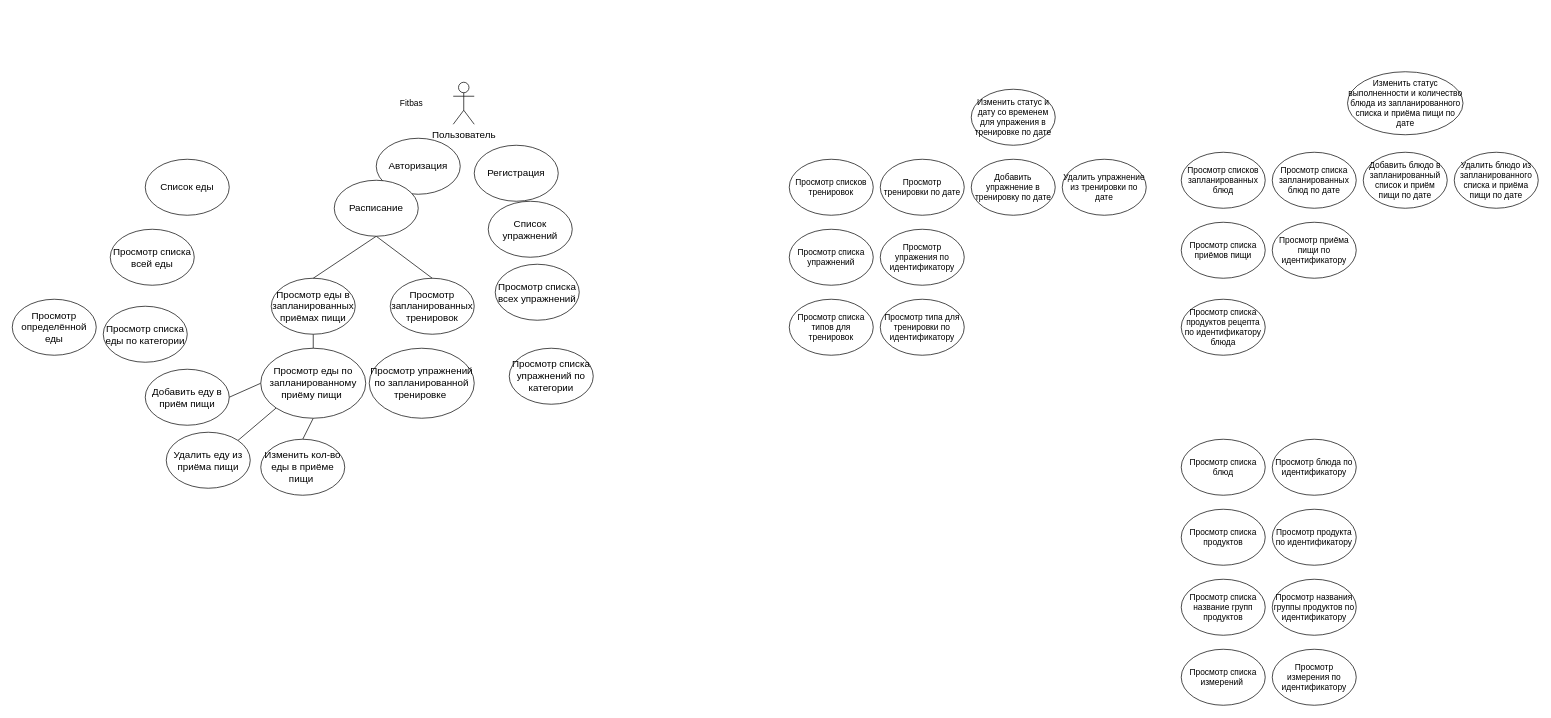
The draw.io diagram page "Page-1" (1 of 2) of others/UseCaseDiagram.drawio in zlobasss/api-fitbas, before the edit. Source tidied: cells renumbered, new cells numbered last; positions are measured from the earlier drawing's top-left corner, leaving out a move shared by most shapes. Both pictures are drawn from the tidied source at 70%, with x=0, y=0 at pixel (12, 71).
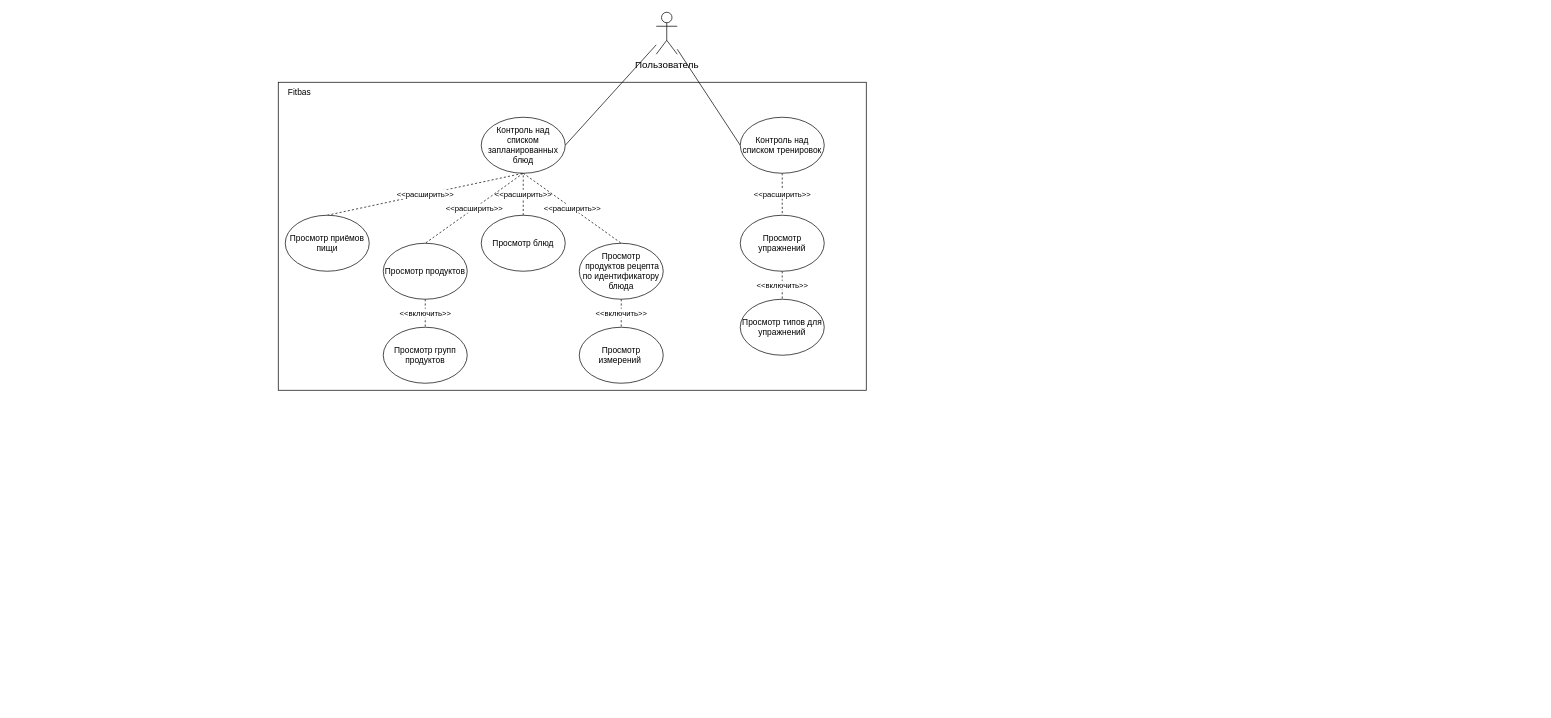
After the change.

The edit, as a diff of the source:
```diff
@@
+    <mxCell id="52" style="rounded=0;whiteSpace=wrap;html=1;" parent="1" vertex="1">
+      <mxGeometry x="380" y="15" width="840" height="440" as="geometry" />
+    </mxCell>
+    <mxCell id="53" style="edgeStyle=none;rounded=0;jettySize=auto;html=1;entryX=0;entryY=0.5;entryDx=0;entryDy=0;endArrow=none;endFill=0;" parent="1" edge="1" source="2" target="47">
+      <mxGeometry relative="1" as="geometry" />
+    </mxCell>
+    <mxCell id="54" style="edgeStyle=none;rounded=0;jettySize=auto;html=1;entryX=1;entryY=0.5;entryDx=0;entryDy=0;endArrow=none;endFill=0;" parent="1" edge="1" source="2" target="36">
+      <mxGeometry relative="1" as="geometry" />
+    </mxCell>
     <mxCell id="2" value="&lt;font style=&quot;font-size: 14px;&quot; face=&quot;PT Astra Serif&quot;&gt;Пользователь&lt;/font&gt;" style="shape=umlActor;verticalLabelPosition=bottom;verticalAlign=top;html=1;outlineConnect=0;" parent="1" vertex="1">
-      <mxGeometry x="630" y="15" width="30" height="60" as="geometry" />
+      <mxGeometry x="920" y="-85" width="30" height="60" as="geometry" />
     </mxCell>
     <mxCell id="3" value="Fitbas" style="text;html=1;align=center;verticalAlign=middle;strokeColor=none;fillColor=none;" parent="1" vertex="1">
-      <mxGeometry x="540" y="30" width="60" height="30" as="geometry" />
+      <mxGeometry x="380" y="15" width="60" height="30" as="geometry" />
     </mxCell>
-    <mxCell id="4" value="&lt;font style=&quot;font-size: 14px;&quot; face=&quot;PT Astra Serif&quot;&gt;Авторизация&lt;/font&gt;" style="ellipse;whiteSpace=wrap;html=1;" parent="1" vertex="1">
-      <mxGeometry x="520" y="95" width="120" height="80" as="geometry" />
-    </mxCell>
-    <mxCell id="5" value="&lt;font style=&quot;font-size: 14px;&quot; face=&quot;PT Astra Serif&quot;&gt;Регистрация&lt;/font&gt;" style="ellipse;whiteSpace=wrap;html=1;" parent="1" vertex="1">
-      <mxGeometry x="660" y="105" width="120" height="80" as="geometry" />
-    </mxCell>
-    <mxCell id="6" style="rounded=0;jettySize=auto;html=1;exitX=0.5;exitY=1;exitDx=0;exitDy=0;entryX=0.5;entryY=0;entryDx=0;entryDy=0;endArrow=none;endFill=0;" parent="1" edge="1" source="7" target="17">
-      <mxGeometry relative="1" as="geometry" />
-    </mxCell>
-    <mxCell id="7" value="&lt;font style=&quot;font-size: 14px;&quot; face=&quot;PT Astra Serif&quot;&gt;Просмотр еды в запланированных приёмах пищи&lt;/font&gt;" style="ellipse;whiteSpace=wrap;html=1;" parent="1" vertex="1">
-      <mxGeometry x="370" y="295" width="120" height="80" as="geometry" />
-    </mxCell>
-    <mxCell id="8" value="&lt;font face=&quot;PT Astra Serif&quot;&gt;&lt;span style=&quot;font-size: 14px;&quot;&gt;Список еды&lt;/span&gt;&lt;/font&gt;" style="ellipse;whiteSpace=wrap;html=1;" parent="1" vertex="1">
-      <mxGeometry x="190" y="125" width="120" height="80" as="geometry" />
-    </mxCell>
-    <mxCell id="9" value="&lt;font face=&quot;PT Astra Serif&quot; style=&quot;font-size: 14px;&quot;&gt;Просмотр запланированных тренировок&lt;/font&gt;" style="ellipse;whiteSpace=wrap;html=1;" parent="1" vertex="1">
-      <mxGeometry x="540" y="295" width="120" height="80" as="geometry" />
-    </mxCell>
-    <mxCell id="10" value="&lt;font face=&quot;PT Astra Serif&quot;&gt;&lt;span style=&quot;font-size: 14px;&quot;&gt;Список упражнений&lt;/span&gt;&lt;/font&gt;" style="ellipse;whiteSpace=wrap;html=1;" parent="1" vertex="1">
-      <mxGeometry x="680" y="185" width="120" height="80" as="geometry" />
-    </mxCell>
-    <mxCell id="11" style="rounded=0;jettySize=auto;html=1;exitX=0.5;exitY=1;exitDx=0;exitDy=0;entryX=0.5;entryY=0;entryDx=0;entryDy=0;endArrow=none;endFill=0;" parent="1" edge="1" source="13" target="7">
-      <mxGeometry relative="1" as="geometry" />
-    </mxCell>
-    <mxCell id="12" style="rounded=0;jettySize=auto;html=1;exitX=0.5;exitY=1;exitDx=0;exitDy=0;entryX=0.5;entryY=0;entryDx=0;entryDy=0;endArrow=none;endFill=0;" parent="1" edge="1" source="13" target="9">
-      <mxGeometry relative="1" as="geometry" />
-    </mxCell>
-    <mxCell id="13" value="&lt;font face=&quot;PT Astra Serif&quot;&gt;&lt;span style=&quot;font-size: 14px;&quot;&gt;Расписание&lt;/span&gt;&lt;/font&gt;" style="ellipse;whiteSpace=wrap;html=1;" parent="1" vertex="1">
-      <mxGeometry x="460" y="155" width="120" height="80" as="geometry" />
-    </mxCell>
-    <mxCell id="14" style="rounded=0;jettySize=auto;html=1;exitX=0;exitY=0.5;exitDx=0;exitDy=0;entryX=1;entryY=0.5;entryDx=0;entryDy=0;endArrow=none;endFill=0;" parent="1" edge="1" source="17" target="19">
-      <mxGeometry relative="1" as="geometry" />
-    </mxCell>
-    <mxCell id="15" style="rounded=0;jettySize=auto;html=1;exitX=0;exitY=1;exitDx=0;exitDy=0;entryX=1;entryY=0;entryDx=0;entryDy=0;endArrow=none;endFill=0;" parent="1" edge="1" source="17" target="20">
-      <mxGeometry relative="1" as="geometry" />
-    </mxCell>
-    <mxCell id="16" style="rounded=0;jettySize=auto;html=1;exitX=0.5;exitY=1;exitDx=0;exitDy=0;entryX=0.5;entryY=0;entryDx=0;entryDy=0;endArrow=none;endFill=0;" parent="1" edge="1" source="17" target="21">
-      <mxGeometry relative="1" as="geometry" />
-    </mxCell>
-    <mxCell id="17" value="&lt;font style=&quot;font-size: 14px;&quot; face=&quot;PT Astra Serif&quot;&gt;Просмотр еды по запланированному приёму пищи&amp;nbsp;&lt;/font&gt;" style="ellipse;whiteSpace=wrap;html=1;" parent="1" vertex="1">
-      <mxGeometry x="355" y="395" width="150" height="100" as="geometry" />
-    </mxCell>
-    <mxCell id="18" value="&lt;font style=&quot;font-size: 14px;&quot; face=&quot;PT Astra Serif&quot;&gt;Просмотр упражнений по запланированной тренировке&amp;nbsp;&lt;/font&gt;" style="ellipse;whiteSpace=wrap;html=1;" parent="1" vertex="1">
-      <mxGeometry x="510" y="395" width="150" height="100" as="geometry" />
-    </mxCell>
-    <mxCell id="19" value="&lt;font face=&quot;PT Astra Serif&quot;&gt;&lt;span style=&quot;font-size: 14px;&quot;&gt;Добавить еду в приём пищи&lt;/span&gt;&lt;/font&gt;" style="ellipse;whiteSpace=wrap;html=1;" parent="1" vertex="1">
-      <mxGeometry x="190" y="425" width="120" height="80" as="geometry" />
-    </mxCell>
-    <mxCell id="20" value="&lt;font face=&quot;PT Astra Serif&quot;&gt;&lt;span style=&quot;font-size: 14px;&quot;&gt;Удалить еду из приёма пищи&lt;/span&gt;&lt;/font&gt;" style="ellipse;whiteSpace=wrap;html=1;" parent="1" vertex="1">
-      <mxGeometry x="220" y="515" width="120" height="80" as="geometry" />
-    </mxCell>
-    <mxCell id="21" value="&lt;font face=&quot;PT Astra Serif&quot;&gt;&lt;span style=&quot;font-size: 14px;&quot;&gt;Изменить кол-во еды в приёме пищи&amp;nbsp;&lt;/span&gt;&lt;/font&gt;" style="ellipse;whiteSpace=wrap;html=1;" parent="1" vertex="1">
-      <mxGeometry x="355" y="525" width="120" height="80" as="geometry" />
-    </mxCell>
-    <mxCell id="22" value="&lt;font face=&quot;PT Astra Serif&quot;&gt;&lt;span style=&quot;font-size: 14px;&quot;&gt;Просмотр списка всей еды&lt;/span&gt;&lt;/font&gt;" style="ellipse;whiteSpace=wrap;html=1;" parent="1" vertex="1">
-      <mxGeometry x="140" y="225" width="120" height="80" as="geometry" />
-    </mxCell>
-    <mxCell id="23" value="&lt;font face=&quot;PT Astra Serif&quot;&gt;&lt;span style=&quot;font-size: 14px;&quot;&gt;Просмотр списка еды по категории&lt;/span&gt;&lt;/font&gt;" style="ellipse;whiteSpace=wrap;html=1;" parent="1" vertex="1">
-      <mxGeometry x="130" y="335" width="120" height="80" as="geometry" />
-    </mxCell>
-    <mxCell id="24" value="&lt;font face=&quot;PT Astra Serif&quot;&gt;&lt;span style=&quot;font-size: 14px;&quot;&gt;Просмотр списка всех упражнений&lt;/span&gt;&lt;/font&gt;" style="ellipse;whiteSpace=wrap;html=1;" parent="1" vertex="1">
-      <mxGeometry x="690" y="275" width="120" height="80" as="geometry" />
-    </mxCell>
-    <mxCell id="25" value="&lt;font face=&quot;PT Astra Serif&quot;&gt;&lt;span style=&quot;font-size: 14px;&quot;&gt;Просмотр списка упражнений по категории&lt;/span&gt;&lt;/font&gt;" style="ellipse;whiteSpace=wrap;html=1;" parent="1" vertex="1">
-      <mxGeometry x="710" y="395" width="120" height="80" as="geometry" />
-    </mxCell>
-    <mxCell id="26" value="&lt;font face=&quot;PT Astra Serif&quot;&gt;&lt;span style=&quot;font-size: 14px;&quot;&gt;Просмотр определённой еды&lt;/span&gt;&lt;/font&gt;" style="ellipse;whiteSpace=wrap;html=1;" parent="1" vertex="1">
-      <mxGeometry y="325" width="120" height="80" as="geometry" />
-    </mxCell>
-    <mxCell id="27" value="Просмотр списка измерений&amp;nbsp;" style="ellipse;whiteSpace=wrap;html=1;" parent="1" vertex="1">
-      <mxGeometry x="1670" y="825" width="120" height="80" as="geometry" />
+    <mxCell id="27" value="Просмотр измерений&amp;nbsp;" style="ellipse;whiteSpace=wrap;html=1;" parent="1" vertex="1">
+      <mxGeometry x="810" y="365" width="120" height="80" as="geometry" />
     </mxCell>
-    <mxCell id="28" value="Просмотр измерения по идентификатору" style="ellipse;whiteSpace=wrap;html=1;" parent="1" vertex="1">
-      <mxGeometry x="1800" y="825" width="120" height="80" as="geometry" />
-    </mxCell>
-    <mxCell id="29" value="Просмотр списка название групп продуктов" style="ellipse;whiteSpace=wrap;html=1;" parent="1" vertex="1">
-      <mxGeometry x="1670" y="725" width="120" height="80" as="geometry" />
+    <mxCell id="29" value="Просмотр групп продуктов" style="ellipse;whiteSpace=wrap;html=1;" parent="1" vertex="1">
+      <mxGeometry x="530" y="365" width="120" height="80" as="geometry" />
     </mxCell>
-    <mxCell id="30" value="Просмотр названия группы продуктов по идентификатору" style="ellipse;whiteSpace=wrap;html=1;" parent="1" vertex="1">
-      <mxGeometry x="1800" y="725" width="120" height="80" as="geometry" />
-    </mxCell>
+    <mxCell id="55" value="&amp;lt;&amp;lt;включить&amp;gt;&amp;gt;" style="edgeStyle=none;rounded=0;jettySize=auto;html=1;exitX=0.5;exitY=1;exitDx=0;exitDy=0;entryX=0.5;entryY=0;entryDx=0;entryDy=0;dashed=1;endArrow=none;endFill=0;" parent="1" edge="1" source="31" target="29">
+      <mxGeometry relative="1" as="geometry" />
+    </mxCell>
-    <mxCell id="31" value="Просмотр списка продуктов" style="ellipse;whiteSpace=wrap;html=1;" parent="1" vertex="1">
-      <mxGeometry x="1670" y="625" width="120" height="80" as="geometry" />
+    <mxCell id="31" value="Просмотр продуктов" style="ellipse;whiteSpace=wrap;html=1;" parent="1" vertex="1">
+      <mxGeometry x="530" y="245" width="120" height="80" as="geometry" />
     </mxCell>
-    <mxCell id="32" value="Просмотр продукта по идентификатору" style="ellipse;whiteSpace=wrap;html=1;" parent="1" vertex="1">
-      <mxGeometry x="1800" y="625" width="120" height="80" as="geometry" />
-    </mxCell>
+    <mxCell id="56" value="&amp;lt;&amp;lt;включить&amp;gt;&amp;gt;" style="edgeStyle=none;rounded=0;jettySize=auto;html=1;exitX=0.5;exitY=1;exitDx=0;exitDy=0;entryX=0.5;entryY=0;entryDx=0;entryDy=0;dashed=1;endArrow=none;endFill=0;" parent="1" edge="1" source="33" target="27">
+      <mxGeometry relative="1" as="geometry" />
+    </mxCell>
-    <mxCell id="33" value="Просмотр списка продуктов рецепта по идентификатору блюда" style="ellipse;whiteSpace=wrap;html=1;" parent="1" vertex="1">
-      <mxGeometry x="1670" y="325" width="120" height="80" as="geometry" />
+    <mxCell id="33" value="Просмотр&lt;br&gt;&amp;nbsp;продуктов рецепта по идентификатору блюда" style="ellipse;whiteSpace=wrap;html=1;" parent="1" vertex="1">
+      <mxGeometry x="810" y="245" width="120" height="80" as="geometry" />
     </mxCell>
-    <mxCell id="34" value="Просмотр блюда по идентификатору" style="ellipse;whiteSpace=wrap;html=1;" parent="1" vertex="1">
-      <mxGeometry x="1800" y="525" width="120" height="80" as="geometry" />
-    </mxCell>
+    <mxCell id="57" value="&amp;lt;&amp;lt;расширить&amp;gt;&amp;gt;" style="edgeStyle=none;rounded=0;jettySize=auto;html=1;exitX=0.5;exitY=0;exitDx=0;exitDy=0;entryX=0.5;entryY=1;entryDx=0;entryDy=0;dashed=1;endArrow=none;endFill=0;" parent="1" edge="1" source="35" target="36">
+      <mxGeometry relative="1" as="geometry" />
+    </mxCell>
-    <mxCell id="35" value="Просмотр списка блюд" style="ellipse;whiteSpace=wrap;html=1;" parent="1" vertex="1">
-      <mxGeometry x="1670" y="525" width="120" height="80" as="geometry" />
+    <mxCell id="35" value="Просмотр блюд" style="ellipse;whiteSpace=wrap;html=1;" parent="1" vertex="1">
+      <mxGeometry x="670" y="205" width="120" height="80" as="geometry" />
     </mxCell>
+    <mxCell id="58" value="&amp;lt;&amp;lt;расширить&amp;gt;&amp;gt;" style="edgeStyle=none;rounded=0;jettySize=auto;html=1;exitX=0.5;exitY=1;exitDx=0;exitDy=0;entryX=0.5;entryY=0;entryDx=0;entryDy=0;endArrow=none;endFill=0;dashed=1;" parent="1" edge="1" source="36" target="31">
+      <mxGeometry relative="1" as="geometry" />
+    </mxCell>
+    <mxCell id="59" value="&amp;lt;&amp;lt;расширить&amp;gt;&amp;gt;" style="edgeStyle=none;rounded=0;jettySize=auto;html=1;exitX=0.5;exitY=1;exitDx=0;exitDy=0;entryX=0.5;entryY=0;entryDx=0;entryDy=0;dashed=1;endArrow=none;endFill=0;" parent="1" edge="1" source="36" target="33">
+      <mxGeometry relative="1" as="geometry" />
+    </mxCell>
-    <mxCell id="36" value="Просмотр списков запланированных блюд" style="ellipse;whiteSpace=wrap;html=1;" parent="1" vertex="1">
-      <mxGeometry x="1670" y="115" width="120" height="80" as="geometry" />
+    <mxCell id="36" value="Контроль над списком запланированных блюд" style="ellipse;whiteSpace=wrap;html=1;" parent="1" vertex="1">
+      <mxGeometry x="670" y="65" width="120" height="80" as="geometry" />
     </mxCell>
-    <mxCell id="37" value="Просмотр списка запланированных блюд по дате" style="ellipse;whiteSpace=wrap;html=1;" parent="1" vertex="1">
-      <mxGeometry x="1800" y="115" width="120" height="80" as="geometry" />
-    </mxCell>
-    <mxCell id="38" value="Добавить блюдо в запланированный список и приём пищи по дате" style="ellipse;whiteSpace=wrap;html=1;" parent="1" vertex="1">
-      <mxGeometry x="1930" y="115" width="120" height="80" as="geometry" />
-    </mxCell>
-    <mxCell id="39" value="Удалить блюдо из запланированного списка и приёма пищи по дате" style="ellipse;whiteSpace=wrap;html=1;" parent="1" vertex="1">
-      <mxGeometry x="2060" y="115" width="120" height="80" as="geometry" />
-    </mxCell>
-    <mxCell id="40" value="Изменить статус выполненности и количество блюда из запланированного списка и приёма пищи по дате" style="ellipse;whiteSpace=wrap;html=1;" parent="1" vertex="1">
-      <mxGeometry x="1907.5" width="165" height="90" as="geometry" />
-    </mxCell>
+    <mxCell id="60" value="&amp;lt;&amp;lt;расширить&amp;gt;&amp;gt;" style="edgeStyle=none;rounded=0;jettySize=auto;html=1;exitX=0.5;exitY=0;exitDx=0;exitDy=0;entryX=0.5;entryY=1;entryDx=0;entryDy=0;dashed=1;endArrow=none;endFill=0;" parent="1" edge="1" source="41" target="36">
+      <mxGeometry relative="1" as="geometry" />
+    </mxCell>
-    <mxCell id="41" value="Просмотр списка приёмов пищи" style="ellipse;whiteSpace=wrap;html=1;" parent="1" vertex="1">
-      <mxGeometry x="1670" y="215" width="120" height="80" as="geometry" />
+    <mxCell id="41" value="Просмотр приёмов пищи" style="ellipse;whiteSpace=wrap;html=1;" parent="1" vertex="1">
+      <mxGeometry x="390" y="205" width="120" height="80" as="geometry" />
     </mxCell>
-    <mxCell id="42" value="Просмотр приёма пищи по идентификатору" style="ellipse;whiteSpace=wrap;html=1;" parent="1" vertex="1">
-      <mxGeometry x="1800" y="215" width="120" height="80" as="geometry" />
-    </mxCell>
-    <mxCell id="43" value="Просмотр списка типов для тренировок" style="ellipse;whiteSpace=wrap;html=1;" parent="1" vertex="1">
-      <mxGeometry x="1110" y="325" width="120" height="80" as="geometry" />
+    <mxCell id="43" value="Просмотр типов для упражнений" style="ellipse;whiteSpace=wrap;html=1;" parent="1" vertex="1">
+      <mxGeometry x="1040" y="325" width="120" height="80" as="geometry" />
     </mxCell>
-    <mxCell id="44" value="Просмотр типа для тренировки по идентификатору" style="ellipse;whiteSpace=wrap;html=1;" parent="1" vertex="1">
-      <mxGeometry x="1240" y="325" width="120" height="80" as="geometry" />
-    </mxCell>
+    <mxCell id="61" value="&amp;lt;&amp;lt;включить&amp;gt;&amp;gt;" style="edgeStyle=none;rounded=0;jettySize=auto;html=1;exitX=0.5;exitY=1;exitDx=0;exitDy=0;entryX=0.5;entryY=0;entryDx=0;entryDy=0;dashed=1;endArrow=none;endFill=0;" parent="1" edge="1" source="45" target="43">
+      <mxGeometry relative="1" as="geometry" />
+    </mxCell>
-    <mxCell id="45" value="Просмотр списка упражнений" style="ellipse;whiteSpace=wrap;html=1;" parent="1" vertex="1">
-      <mxGeometry x="1110" y="225" width="120" height="80" as="geometry" />
+    <mxCell id="45" value="Просмотр упражнений" style="ellipse;whiteSpace=wrap;html=1;" parent="1" vertex="1">
+      <mxGeometry x="1040" y="205" width="120" height="80" as="geometry" />
     </mxCell>
-    <mxCell id="46" value="Просмотр упражения по идентификатору" style="ellipse;whiteSpace=wrap;html=1;" parent="1" vertex="1">
-      <mxGeometry x="1240" y="225" width="120" height="80" as="geometry" />
-    </mxCell>
+    <mxCell id="62" value="&amp;lt;&amp;lt;расширить&amp;gt;&amp;gt;" style="edgeStyle=none;rounded=0;jettySize=auto;html=1;exitX=0.5;exitY=1;exitDx=0;exitDy=0;entryX=0.5;entryY=0;entryDx=0;entryDy=0;dashed=1;endArrow=none;endFill=0;" parent="1" edge="1" source="47" target="45">
+      <mxGeometry relative="1" as="geometry" />
+    </mxCell>
-    <mxCell id="47" value="Просмотр списков тренировок" style="ellipse;whiteSpace=wrap;html=1;" parent="1" vertex="1">
-      <mxGeometry x="1110" y="125" width="120" height="80" as="geometry" />
+    <mxCell id="47" value="Контроль над списком тренировок" style="ellipse;whiteSpace=wrap;html=1;" parent="1" vertex="1">
+      <mxGeometry x="1040" y="65" width="120" height="80" as="geometry" />
     </mxCell>
-    <mxCell id="48" value="Просмотр тренировки по дате" style="ellipse;whiteSpace=wrap;html=1;" parent="1" vertex="1">
-      <mxGeometry x="1240" y="125" width="120" height="80" as="geometry" />
-    </mxCell>
-    <mxCell id="49" value="Добавить упражнение в тренировку по дате" style="ellipse;whiteSpace=wrap;html=1;" parent="1" vertex="1">
-      <mxGeometry x="1370" y="125" width="120" height="80" as="geometry" />
-    </mxCell>
-    <mxCell id="50" value="Удалить упражнение из тренировки по дате" style="ellipse;whiteSpace=wrap;html=1;" parent="1" vertex="1">
-      <mxGeometry x="1500" y="125" width="120" height="80" as="geometry" />
-    </mxCell>
-    <mxCell id="51" value="Изменить статус и дату со временем для упражения в тренировке по дате" style="ellipse;whiteSpace=wrap;html=1;" parent="1" vertex="1">
-      <mxGeometry x="1370" y="25" width="120" height="80" as="geometry" />
-    </mxCell>
```
